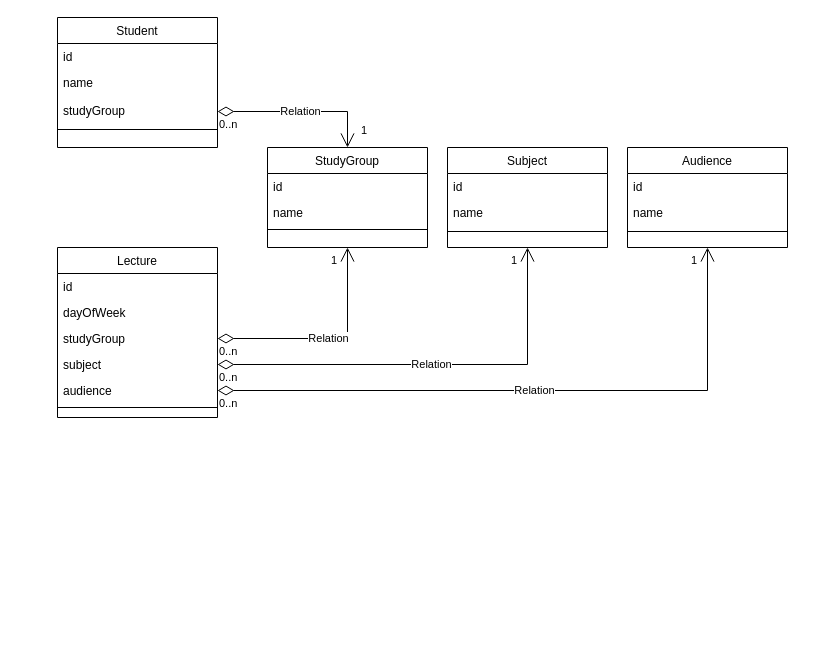
Above: Untitled Diagram.drawio in KrutkoOleksii/MyUniversity (draw.io), before the change. Source tidied: cells renumbered, new cells numbered last; positions are measured from the earlier drawing's top-left corner, leaving out a move shared by most shapes. Both pictures are drawn from the tidied source at 100%, with x=0, y=0 at pixel (57, 17).
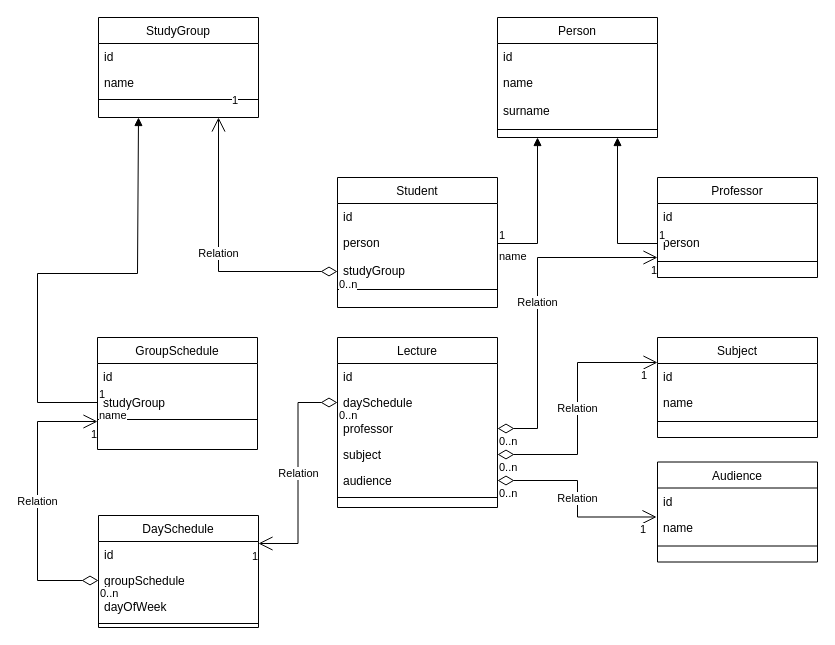
After the change.

The change refers to these unchanged cells:
```xml
<mxCell id="9" value="studyGroup" style="text;align=left;verticalAlign=top;spacingLeft=4;spacingRight=4;overflow=hidden;points=[[0,0.5],[1,0.5]];portConstraint=eastwest;rounded=0;shadow=0;html=0;" parent="6" vertex="1">
  <mxGeometry y="80" width="160" height="28" as="geometry" />
</mxCell>
<mxCell id="19" value="subject" style="text;align=left;verticalAlign=top;spacingLeft=4;spacingRight=4;overflow=hidden;points=[[0,0.5],[1,0.5]];portConstraint=eastwest;rounded=0;shadow=0;html=0;" parent="15" vertex="1">
  <mxGeometry y="104" width="160" height="26" as="geometry" />
</mxCell>
<mxCell id="20" value="audience" style="text;align=left;verticalAlign=top;spacingLeft=4;spacingRight=4;overflow=hidden;points=[[0,0.5],[1,0.5]];portConstraint=eastwest;rounded=0;shadow=0;html=0;" parent="15" vertex="1">
  <mxGeometry y="130" width="160" height="26" as="geometry" />
</mxCell>
<mxCell id="23" value="id" style="text;align=left;verticalAlign=top;spacingLeft=4;spacingRight=4;overflow=hidden;points=[[0,0.5],[1,0.5]];portConstraint=eastwest;" parent="22" vertex="1">
  <mxGeometry y="26" width="160" height="26" as="geometry" />
</mxCell>
```

Diff of the diagram source:
```diff
@@
     <mxCell id="2" value="StudyGroup" style="swimlane;fontStyle=0;align=center;verticalAlign=top;horizontal=1;startSize=26;rounded=0;shadow=0;strokeWidth=1;" parent="1" vertex="1">
-      <mxGeometry x="210" y="130" width="160" height="100" as="geometry" />
+      <mxGeometry x="41" width="160" height="100" as="geometry" />
     </mxCell>
@@
     <mxCell id="6" value="Student" style="swimlane;fontStyle=0;align=center;verticalAlign=top;horizontal=1;startSize=26;rounded=0;shadow=0;strokeWidth=1;" parent="1" vertex="1">
-      <mxGeometry width="160" height="130" as="geometry" />
+      <mxGeometry x="280" y="160" width="160" height="130" as="geometry" />
     </mxCell>
@@
-    <mxCell id="8" value="name" style="text;align=left;verticalAlign=top;spacingLeft=4;spacingRight=4;overflow=hidden;points=[[0,0.5],[1,0.5]];portConstraint=eastwest;rounded=0;shadow=0;html=0;" parent="6" vertex="1">
+    <mxCell id="8" value="person" style="text;align=left;verticalAlign=top;spacingLeft=4;spacingRight=4;overflow=hidden;points=[[0,0.5],[1,0.5]];portConstraint=eastwest;rounded=0;shadow=0;html=0;" parent="6" vertex="1">
       <mxGeometry y="52" width="160" height="28" as="geometry" />
     </mxCell>
@@
     <mxCell id="11" value="Subject" style="swimlane;fontStyle=0;align=center;verticalAlign=top;horizontal=1;startSize=26;rounded=0;shadow=0;strokeWidth=1;" parent="1" vertex="1">
-      <mxGeometry x="390" y="130" width="160" height="100" as="geometry" />
+      <mxGeometry x="600" y="320" width="160" height="100" as="geometry" />
     </mxCell>
@@
     <mxCell id="15" value="Lecture" style="swimlane;fontStyle=0;align=center;verticalAlign=top;horizontal=1;startSize=26;rounded=0;shadow=0;strokeWidth=1;" parent="1" vertex="1">
-      <mxGeometry y="230" width="160" height="170" as="geometry" />
+      <mxGeometry x="280" y="320" width="160" height="170" as="geometry" />
     </mxCell>
@@
-    <mxCell id="17" value="dayOfWeek" style="text;align=left;verticalAlign=top;spacingLeft=4;spacingRight=4;overflow=hidden;points=[[0,0.5],[1,0.5]];portConstraint=eastwest;rounded=0;shadow=0;html=0;" parent="15" vertex="1">
+    <mxCell id="17" value="daySchedule" style="text;align=left;verticalAlign=top;spacingLeft=4;spacingRight=4;overflow=hidden;points=[[0,0.5],[1,0.5]];portConstraint=eastwest;rounded=0;shadow=0;html=0;" parent="15" vertex="1">
       <mxGeometry y="52" width="160" height="26" as="geometry" />
     </mxCell>
-    <mxCell id="18" value="studyGroup" style="text;align=left;verticalAlign=top;spacingLeft=4;spacingRight=4;overflow=hidden;points=[[0,0.5],[1,0.5]];portConstraint=eastwest;rounded=0;shadow=0;html=0;" parent="15" vertex="1">
+    <mxCell id="18" value="professor" style="text;align=left;verticalAlign=top;spacingLeft=4;spacingRight=4;overflow=hidden;points=[[0,0.5],[1,0.5]];portConstraint=eastwest;rounded=0;shadow=0;html=0;" parent="15" vertex="1">
       <mxGeometry y="78" width="160" height="26" as="geometry" />
     </mxCell>
@@
     <mxCell id="22" value="Audience" style="swimlane;fontStyle=0;align=center;verticalAlign=top;horizontal=1;startSize=26;rounded=0;shadow=0;strokeWidth=1;" parent="1" vertex="1">
-      <mxGeometry x="570" y="130" width="160" height="100" as="geometry" />
+      <mxGeometry x="600" y="444.5" width="160" height="100" as="geometry" />
     </mxCell>
@@
-    <mxCell id="26" value="Relation" style="endArrow=open;html=1;endSize=12;startArrow=diamondThin;startSize=14;startFill=0;edgeStyle=orthogonalEdgeStyle;rounded=0;" parent="1" edge="1" source="18" target="2">
-      <mxGeometry relative="1" as="geometry" />
-    </mxCell>
-    <mxCell id="27" value="0..n" style="edgeLabel;html=1;align=left;verticalAlign=top;" parent="26" vertex="1">
-      <mxGeometry x="-1" relative="1" as="geometry" />
-    </mxCell>
-    <mxCell id="28" value="1" style="edgeLabel;html=1;align=right;verticalAlign=top;" parent="26" vertex="1">
-      <mxGeometry x="1" relative="1" as="geometry">
-        <mxPoint x="-10" as="offset" />
-      </mxGeometry>
-    </mxCell>
-    <mxCell id="29" value="Relation" style="endArrow=open;html=1;endSize=12;startArrow=diamondThin;startSize=14;startFill=0;edgeStyle=orthogonalEdgeStyle;rounded=0;entryX=0.5;entryY=0;entryDx=0;entryDy=0;" parent="1" edge="1" source="9" target="2">
+    <mxCell id="29" value="Relation" style="endArrow=open;html=1;endSize=12;startArrow=diamondThin;startSize=14;startFill=0;edgeStyle=orthogonalEdgeStyle;rounded=0;entryX=0.75;entryY=1;entryDx=0;entryDy=0;" parent="1" edge="1" source="9" target="2">
       <mxGeometry relative="1" as="geometry" />
     </mxCell>
@@
-    <mxCell id="32" value="Relation" style="endArrow=open;html=1;endSize=12;startArrow=diamondThin;startSize=14;startFill=0;edgeStyle=orthogonalEdgeStyle;rounded=0;entryX=0.5;entryY=1;entryDx=0;entryDy=0;" parent="1" edge="1" source="19" target="11">
+    <mxCell id="32" value="Relation" style="endArrow=open;html=1;endSize=12;startArrow=diamondThin;startSize=14;startFill=0;edgeStyle=orthogonalEdgeStyle;rounded=0;entryX=0;entryY=0.25;entryDx=0;entryDy=0;" parent="1" edge="1" source="19" target="11">
       <mxGeometry relative="1" as="geometry" />
     </mxCell>
@@
-    <mxCell id="35" value="Relation" style="endArrow=open;html=1;endSize=12;startArrow=diamondThin;startSize=14;startFill=0;edgeStyle=orthogonalEdgeStyle;rounded=0;entryX=0.5;entryY=1;entryDx=0;entryDy=0;" parent="1" edge="1" source="20" target="22">
+    <mxCell id="35" value="Relation" style="endArrow=open;html=1;endSize=12;startArrow=diamondThin;startSize=14;startFill=0;edgeStyle=orthogonalEdgeStyle;rounded=0;entryX=-0.006;entryY=1.115;entryDx=0;entryDy=0;entryPerimeter=0;" parent="1" edge="1" source="20" target="23">
       <mxGeometry relative="1" as="geometry" />
     </mxCell>
@@
+    <mxCell id="38" value="Person" style="swimlane;fontStyle=0;align=center;verticalAlign=top;horizontal=1;startSize=26;rounded=0;shadow=0;strokeWidth=1;" parent="1" vertex="1">
+      <mxGeometry x="440" width="160" height="120" as="geometry" />
+    </mxCell>
+    <mxCell id="39" value="id" style="text;align=left;verticalAlign=top;spacingLeft=4;spacingRight=4;overflow=hidden;" parent="38" vertex="1">
+      <mxGeometry y="26" width="160" height="26" as="geometry" />
+    </mxCell>
+    <mxCell id="40" value="name" style="text;align=left;verticalAlign=top;spacingLeft=4;spacingRight=4;overflow=hidden;rounded=0;shadow=0;html=0;" parent="38" vertex="1">
+      <mxGeometry y="52" width="160" height="28" as="geometry" />
+    </mxCell>
+    <mxCell id="41" value="surname" style="text;align=left;verticalAlign=top;spacingLeft=4;spacingRight=4;overflow=hidden;rounded=0;shadow=0;html=0;" parent="38" vertex="1">
+      <mxGeometry y="80" width="160" height="28" as="geometry" />
+    </mxCell>
+    <mxCell id="42" style="line;html=1;strokeWidth=1;align=left;verticalAlign=middle;spacingTop=-1;spacingLeft=3;spacingRight=3;labelPosition=right;" parent="38" vertex="1">
+      <mxGeometry y="108" width="160" height="8" as="geometry" />
+    </mxCell>
+    <mxCell id="43" value="name" style="endArrow=block;endFill=1;html=1;edgeStyle=orthogonalEdgeStyle;align=left;verticalAlign=top;rounded=0;entryX=0.25;entryY=1;entryDx=0;entryDy=0;" parent="1" edge="1" source="8" target="38">
+      <mxGeometry x="-1" relative="1" as="geometry" />
+    </mxCell>
+    <mxCell id="44" value="1" style="edgeLabel;html=1;align=left;verticalAlign=bottom;" parent="43" vertex="1">
+      <mxGeometry x="-1" relative="1" as="geometry" />
+    </mxCell>
+    <mxCell id="45" value="Professor" style="swimlane;fontStyle=0;align=center;verticalAlign=top;horizontal=1;startSize=26;rounded=0;shadow=0;strokeWidth=1;" parent="1" vertex="1">
+      <mxGeometry x="600" y="160" width="160" height="100" as="geometry" />
+    </mxCell>
+    <mxCell id="46" value="id" style="text;align=left;verticalAlign=top;spacingLeft=4;spacingRight=4;overflow=hidden;" parent="45" vertex="1">
+      <mxGeometry y="26" width="160" height="26" as="geometry" />
+    </mxCell>
+    <mxCell id="47" value="person" style="text;align=left;verticalAlign=top;spacingLeft=4;spacingRight=4;overflow=hidden;points=[[0,0.5],[1,0.5]];portConstraint=eastwest;rounded=0;shadow=0;html=0;" parent="45" vertex="1">
+      <mxGeometry y="52" width="160" height="28" as="geometry" />
+    </mxCell>
+    <mxCell id="48" style="line;html=1;strokeWidth=1;align=left;verticalAlign=middle;spacingTop=-1;spacingLeft=3;spacingRight=3;labelPosition=right;" parent="45" vertex="1">
+      <mxGeometry y="80" width="160" height="8" as="geometry" />
+    </mxCell>
+    <mxCell id="49" style="endArrow=block;endFill=1;html=1;edgeStyle=orthogonalEdgeStyle;align=left;verticalAlign=top;rounded=0;entryX=0.75;entryY=1;entryDx=0;entryDy=0;" parent="1" edge="1" source="47" target="38">
+      <mxGeometry x="-1" relative="1" as="geometry" />
+    </mxCell>
+    <mxCell id="50" value="1" style="edgeLabel;html=1;align=left;verticalAlign=bottom;" parent="49" vertex="1">
+      <mxGeometry x="-1" relative="1" as="geometry" />
+    </mxCell>
+    <mxCell id="51" value="GroupSchedule" style="swimlane;fontStyle=0;align=center;verticalAlign=top;horizontal=1;startSize=26;rounded=0;shadow=0;strokeWidth=1;" parent="1" vertex="1">
+      <mxGeometry x="40" y="320" width="160" height="112" as="geometry" />
+    </mxCell>
+    <mxCell id="52" value="id" style="text;align=left;verticalAlign=top;spacingLeft=4;spacingRight=4;overflow=hidden;" parent="51" vertex="1">
+      <mxGeometry y="26" width="160" height="26" as="geometry" />
+    </mxCell>
+    <mxCell id="53" value="studyGroup" style="text;align=left;verticalAlign=top;spacingLeft=4;spacingRight=4;overflow=hidden;points=[[0,0.5],[1,0.5]];portConstraint=eastwest;rounded=0;shadow=0;html=0;" parent="51" vertex="1">
+      <mxGeometry y="52" width="160" height="26" as="geometry" />
+    </mxCell>
+    <mxCell id="54" style="line;html=1;strokeWidth=1;align=left;verticalAlign=middle;spacingTop=-1;spacingLeft=3;spacingRight=3;labelPosition=right;" parent="51" vertex="1">
+      <mxGeometry y="78" width="160" height="8" as="geometry" />
+    </mxCell>
+    <mxCell id="55" value="name" style="endArrow=block;endFill=1;html=1;edgeStyle=orthogonalEdgeStyle;align=left;verticalAlign=top;rounded=0;entryX=0.25;entryY=1;entryDx=0;entryDy=0;" parent="1" edge="1" source="53" target="2">
+      <mxGeometry x="-1" relative="1" as="geometry">
+        <Array as="points">
+          <mxPoint x="-20" y="385" />
+          <mxPoint x="-20" y="256" />
+          <mxPoint x="80" y="256" />
+        </Array>
+      </mxGeometry>
+    </mxCell>
+    <mxCell id="56" value="1" style="edgeLabel;html=1;align=left;verticalAlign=bottom;" parent="55" vertex="1">
+      <mxGeometry x="-1" relative="1" as="geometry" />
+    </mxCell>
+    <mxCell id="57" value="DaySchedule" style="swimlane;fontStyle=0;align=center;verticalAlign=top;horizontal=1;startSize=26;rounded=0;shadow=0;strokeWidth=1;" parent="1" vertex="1">
+      <mxGeometry x="41" y="498" width="160" height="112" as="geometry" />
+    </mxCell>
+    <mxCell id="58" value="id" style="text;align=left;verticalAlign=top;spacingLeft=4;spacingRight=4;overflow=hidden;" parent="57" vertex="1">
+      <mxGeometry y="26" width="160" height="26" as="geometry" />
+    </mxCell>
+    <mxCell id="59" value="groupSchedule" style="text;align=left;verticalAlign=top;spacingLeft=4;spacingRight=4;overflow=hidden;points=[[0,0.5],[1,0.5]];portConstraint=eastwest;rounded=0;shadow=0;html=0;" parent="57" vertex="1">
+      <mxGeometry y="52" width="160" height="26" as="geometry" />
+    </mxCell>
+    <mxCell id="60" value="dayOfWeek" style="text;align=left;verticalAlign=top;spacingLeft=4;spacingRight=4;overflow=hidden;rounded=0;shadow=0;html=0;" parent="57" vertex="1">
+      <mxGeometry y="78" width="160" height="26" as="geometry" />
+    </mxCell>
+    <mxCell id="61" style="line;html=1;strokeWidth=1;align=left;verticalAlign=middle;spacingTop=-1;spacingLeft=3;spacingRight=3;labelPosition=right;" parent="57" vertex="1">
+      <mxGeometry y="104" width="160" height="8" as="geometry" />
+    </mxCell>
+    <mxCell id="62" value="Relation" style="endArrow=open;html=1;endSize=12;startArrow=diamondThin;startSize=14;startFill=0;edgeStyle=orthogonalEdgeStyle;rounded=0;exitX=1;exitY=0.5;exitDx=0;exitDy=0;" parent="1" edge="1" source="18" target="45">
+      <mxGeometry relative="1" as="geometry">
+        <Array as="points">
+          <mxPoint x="480" y="411" />
+          <mxPoint x="480" y="240" />
+        </Array>
+      </mxGeometry>
+    </mxCell>
+    <mxCell id="63" value="0..n" style="edgeLabel;html=1;align=left;verticalAlign=top;" parent="62" vertex="1">
+      <mxGeometry x="-1" relative="1" as="geometry" />
+    </mxCell>
+    <mxCell id="64" value="1" style="edgeLabel;html=1;align=right;verticalAlign=top;" parent="62" vertex="1">
+      <mxGeometry x="1" relative="1" as="geometry" />
+    </mxCell>
+    <mxCell id="65" value="Relation" style="endArrow=open;html=1;endSize=12;startArrow=diamondThin;startSize=14;startFill=0;edgeStyle=orthogonalEdgeStyle;rounded=0;entryX=0;entryY=0.75;entryDx=0;entryDy=0;exitX=0;exitY=0.5;exitDx=0;exitDy=0;" parent="1" edge="1" source="59" target="51">
+      <mxGeometry relative="1" as="geometry">
+        <Array as="points">
+          <mxPoint x="-20" y="563" />
+          <mxPoint x="-20" y="404" />
+        </Array>
+      </mxGeometry>
+    </mxCell>
+    <mxCell id="66" value="0..n" style="edgeLabel;html=1;align=left;verticalAlign=top;" parent="65" vertex="1">
+      <mxGeometry x="-1" relative="1" as="geometry" />
+    </mxCell>
+    <mxCell id="67" value="1" style="edgeLabel;html=1;align=right;verticalAlign=top;" parent="65" vertex="1">
+      <mxGeometry x="1" relative="1" as="geometry" />
+    </mxCell>
+    <mxCell id="68" value="Relation" style="endArrow=open;html=1;endSize=12;startArrow=diamondThin;startSize=14;startFill=0;edgeStyle=orthogonalEdgeStyle;rounded=0;entryX=1;entryY=0.25;entryDx=0;entryDy=0;" parent="1" edge="1" source="17" target="57">
+      <mxGeometry relative="1" as="geometry" />
+    </mxCell>
+    <mxCell id="69" value="0..n" style="edgeLabel;html=1;align=left;verticalAlign=top;" parent="68" vertex="1">
+      <mxGeometry x="-1" relative="1" as="geometry" />
+    </mxCell>
+    <mxCell id="70" value="1" style="edgeLabel;html=1;align=right;verticalAlign=top;" parent="68" vertex="1">
+      <mxGeometry x="1" relative="1" as="geometry" />
+    </mxCell>
```
